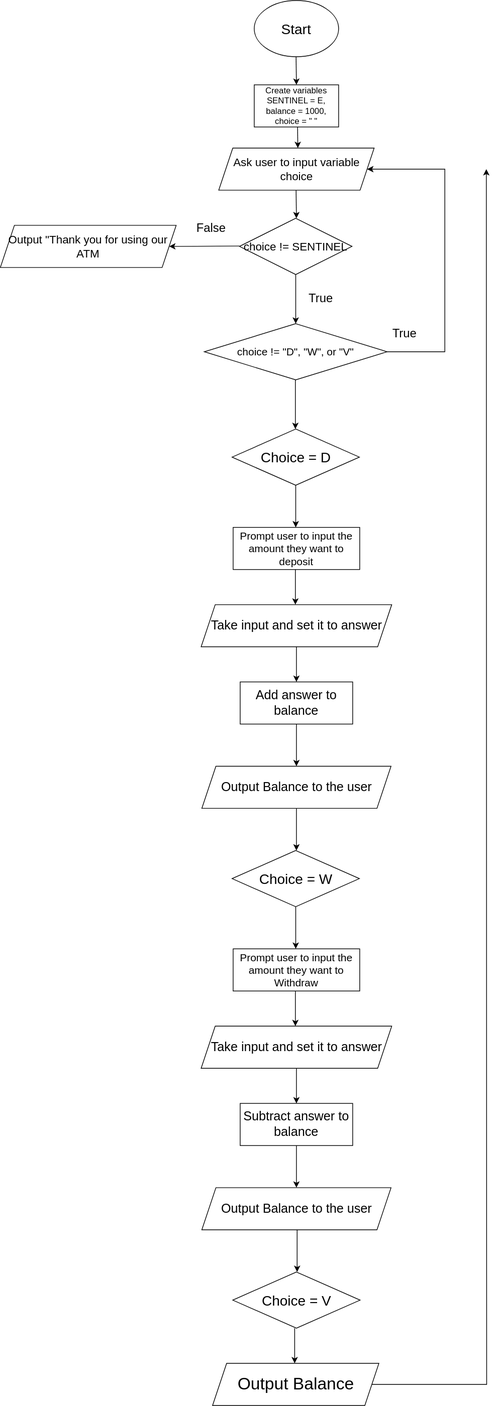
The draw.io diagram flowchart.svg in yzjedu/cs151-lab5-caitlin_korede, before a commit. Source tidied: cells renumbered, new cells last; positions are measured from the earlier drawing's top-left corner, leaving out a move shared by most shapes. Source of this version:
```xml
<mxGraphModel>
  <root>
    <mxCell id="0" />
    <mxCell id="1" parent="0" />
    <mxCell id="2" value="Start" style="ellipse;whiteSpace=wrap;html=1;fontSize=20;" parent="1" vertex="1">
      <mxGeometry x="361" width="120" height="80" as="geometry" />
    </mxCell>
    <mxCell id="3" style="endArrow=classic;html=1;rounded=0;" parent="1" edge="1">
      <mxGeometry relative="1" as="geometry">
        <mxPoint x="420.5" y="80" as="sourcePoint" />
        <mxPoint x="421" y="120" as="targetPoint" />
      </mxGeometry>
    </mxCell>
    <mxCell id="4" value="choice != SENTINEL" style="rhombus;whiteSpace=wrap;html=1;fontSize=16;" parent="1" vertex="1">
      <mxGeometry x="340" y="310" width="160" height="80" as="geometry" />
    </mxCell>
    <mxCell id="5" style="endArrow=classic;html=1;rounded=0;" parent="1" edge="1">
      <mxGeometry relative="1" as="geometry">
        <mxPoint x="340" y="349.5" as="sourcePoint" />
        <mxPoint x="240" y="350" as="targetPoint" />
      </mxGeometry>
    </mxCell>
    <mxCell id="6" style="endArrow=classic;html=1;rounded=0;exitX=0.5;exitY=1;exitDx=0;exitDy=0;" parent="1" edge="1" source="4">
      <mxGeometry relative="1" as="geometry">
        <mxPoint x="420" y="460" as="targetPoint" />
      </mxGeometry>
    </mxCell>
    <mxCell id="7" style="edgeStyle=orthogonalEdgeStyle;rounded=0;jettySize=auto;html=1;exitX=1;exitY=0.5;exitDx=0;exitDy=0;entryX=1;entryY=0.5;entryDx=0;entryDy=0;" parent="1" edge="1" source="8" target="14">
      <mxGeometry relative="1" as="geometry">
        <Array as="points">
          <mxPoint x="632" y="500" />
          <mxPoint x="632" y="240" />
        </Array>
      </mxGeometry>
    </mxCell>
    <mxCell id="8" value="choice != &quot;D&quot;, &quot;W&quot;, or &quot;V&quot;" style="rhombus;whiteSpace=wrap;html=1;fontSize=15;" parent="1" vertex="1">
      <mxGeometry x="290" y="460" width="260" height="80" as="geometry" />
    </mxCell>
    <mxCell id="9" value="True" style="text;html=1;strokeColor=none;fillColor=none;align=center;verticalAlign=middle;whiteSpace=wrap;rounded=0;fontSize=17;" parent="1" vertex="1" collapsed="1">
      <mxGeometry x="421" y="410" width="70" height="30" as="geometry" />
    </mxCell>
    <mxCell id="10" value="False" style="text;html=1;strokeColor=none;fillColor=none;align=center;verticalAlign=middle;whiteSpace=wrap;rounded=0;fontSize=17;" parent="1" vertex="1">
      <mxGeometry x="270" y="310" width="60" height="30" as="geometry" />
    </mxCell>
    <mxCell id="11" value="Output &quot;Thank you for using our ATM" style="shape=parallelogram;perimeter=parallelogramPerimeter;whiteSpace=wrap;html=1;fixedSize=1;fontSize=16;" parent="1" vertex="1">
      <mxGeometry y="320" width="250" height="60" as="geometry" />
    </mxCell>
    <mxCell id="12" value="Create variables SENTINEL = E, balance = 1000, choice = &quot; &quot;" style="rounded=0;whiteSpace=wrap;html=1;" parent="1" vertex="1">
      <mxGeometry x="361" y="120" width="120" height="60" as="geometry" />
    </mxCell>
    <mxCell id="13" style="endArrow=classic;html=1;rounded=0;" parent="1" edge="1">
      <mxGeometry relative="1" as="geometry">
        <mxPoint x="422.6" y="180" as="sourcePoint" />
        <mxPoint x="423" y="210" as="targetPoint" />
      </mxGeometry>
    </mxCell>
    <mxCell id="14" value="Ask user to input variable choice" style="shape=parallelogram;perimeter=parallelogramPerimeter;whiteSpace=wrap;html=1;fixedSize=1;fontSize=16;" parent="1" vertex="1">
      <mxGeometry x="310.5" y="210" width="221" height="60" as="geometry" />
    </mxCell>
    <mxCell id="15" style="endArrow=classic;html=1;rounded=0;" parent="1" edge="1">
      <mxGeometry relative="1" as="geometry">
        <mxPoint x="420.5" y="270" as="sourcePoint" />
        <mxPoint x="421" y="310" as="targetPoint" />
      </mxGeometry>
    </mxCell>
    <mxCell id="16" value="True" style="text;html=1;strokeColor=none;fillColor=none;align=center;verticalAlign=middle;whiteSpace=wrap;rounded=0;fontSize=17;" parent="1" vertex="1">
      <mxGeometry x="550" y="460" width="50" height="30" as="geometry" />
    </mxCell>
    <mxCell id="17" style="endArrow=classic;html=1;rounded=0;" parent="1" edge="1">
      <mxGeometry relative="1" as="geometry">
        <mxPoint x="419.5" y="540" as="sourcePoint" />
        <mxPoint x="419.5" y="610" as="targetPoint" />
      </mxGeometry>
    </mxCell>
    <mxCell id="18" value="Choice = D" style="rhombus;whiteSpace=wrap;html=1;fontSize=20;" parent="1" vertex="1">
      <mxGeometry x="329.5" y="610" width="181" height="80" as="geometry" />
    </mxCell>
    <mxCell id="19" style="endArrow=classic;html=1;rounded=0;" parent="1" edge="1">
      <mxGeometry relative="1" as="geometry">
        <mxPoint x="420" y="690" as="sourcePoint" />
        <mxPoint x="420" y="750" as="targetPoint" />
      </mxGeometry>
    </mxCell>
    <mxCell id="20" value="Prompt user to input the amount they want to deposit" style="rounded=0;whiteSpace=wrap;html=1;fontSize=15;" parent="1" vertex="1">
      <mxGeometry x="331" y="750" width="180" height="60" as="geometry" />
    </mxCell>
    <mxCell id="21" style="endArrow=classic;html=1;rounded=0;" parent="1" edge="1">
      <mxGeometry relative="1" as="geometry">
        <mxPoint x="419.5" y="810" as="sourcePoint" />
        <mxPoint x="419.5" y="860" as="targetPoint" />
      </mxGeometry>
    </mxCell>
    <mxCell id="22" value="Take input and set it to answer" style="shape=parallelogram;perimeter=parallelogramPerimeter;whiteSpace=wrap;html=1;fixedSize=1;fontSize=18;" parent="1" vertex="1">
      <mxGeometry x="285.5" y="860" width="271" height="60" as="geometry" />
    </mxCell>
    <mxCell id="23" style="endArrow=classic;html=1;rounded=0;" parent="1" edge="1">
      <mxGeometry relative="1" as="geometry">
        <mxPoint x="421" y="920" as="sourcePoint" />
        <mxPoint x="421" y="970" as="targetPoint" />
      </mxGeometry>
    </mxCell>
    <mxCell id="24" value="Choice = W" style="rhombus;whiteSpace=wrap;html=1;fontSize=20;" parent="1" vertex="1">
      <mxGeometry x="329.5" y="1210" width="181" height="80" as="geometry" />
    </mxCell>
    <mxCell id="25" style="endArrow=classic;html=1;rounded=0;" parent="1" edge="1">
      <mxGeometry relative="1" as="geometry">
        <mxPoint x="420" y="1290" as="sourcePoint" />
        <mxPoint x="420" y="1350" as="targetPoint" />
      </mxGeometry>
    </mxCell>
    <mxCell id="26" value="Prompt user to input the amount they want to Withdraw" style="rounded=0;whiteSpace=wrap;html=1;fontSize=15;" parent="1" vertex="1">
      <mxGeometry x="331" y="1350" width="180" height="60" as="geometry" />
    </mxCell>
    <mxCell id="27" style="endArrow=classic;html=1;rounded=0;" parent="1" edge="1">
      <mxGeometry relative="1" as="geometry">
        <mxPoint x="419.5" y="1410" as="sourcePoint" />
        <mxPoint x="419.5" y="1460" as="targetPoint" />
      </mxGeometry>
    </mxCell>
    <mxCell id="28" value="Take input and set it to answer" style="shape=parallelogram;perimeter=parallelogramPerimeter;whiteSpace=wrap;html=1;fixedSize=1;fontSize=18;" parent="1" vertex="1">
      <mxGeometry x="285.5" y="1460" width="271" height="60" as="geometry" />
    </mxCell>
    <mxCell id="29" value="Add answer to balance" style="rounded=0;whiteSpace=wrap;html=1;fontSize=18;" parent="1" vertex="1">
      <mxGeometry x="341" y="970" width="160" height="60" as="geometry" />
    </mxCell>
    <mxCell id="30" style="endArrow=classic;html=1;rounded=0;" parent="1" edge="1">
      <mxGeometry relative="1" as="geometry">
        <mxPoint x="421" y="1030" as="sourcePoint" />
        <mxPoint x="421" y="1090" as="targetPoint" />
      </mxGeometry>
    </mxCell>
    <mxCell id="31" value="Output Balance to the user" style="shape=parallelogram;perimeter=parallelogramPerimeter;whiteSpace=wrap;html=1;fixedSize=1;fontSize=18;" parent="1" vertex="1">
      <mxGeometry x="286.5" y="1090" width="269" height="60" as="geometry" />
    </mxCell>
    <mxCell id="32" style="endArrow=classic;html=1;rounded=0;" parent="1" edge="1">
      <mxGeometry relative="1" as="geometry">
        <mxPoint x="421" y="1150" as="sourcePoint" />
        <mxPoint x="421" y="1210" as="targetPoint" />
      </mxGeometry>
    </mxCell>
    <mxCell id="33" style="endArrow=classic;html=1;rounded=0;" parent="1" edge="1">
      <mxGeometry relative="1" as="geometry">
        <mxPoint x="421" y="1520" as="sourcePoint" />
        <mxPoint x="421" y="1570" as="targetPoint" />
      </mxGeometry>
    </mxCell>
    <mxCell id="34" value="Subtract answer to balance" style="rounded=0;whiteSpace=wrap;html=1;fontSize=18;" parent="1" vertex="1">
      <mxGeometry x="341" y="1570" width="160" height="60" as="geometry" />
    </mxCell>
    <mxCell id="35" style="endArrow=classic;html=1;rounded=0;" parent="1" edge="1">
      <mxGeometry relative="1" as="geometry">
        <mxPoint x="421" y="1630" as="sourcePoint" />
        <mxPoint x="421" y="1690" as="targetPoint" />
      </mxGeometry>
    </mxCell>
    <mxCell id="36" value="Output Balance to the user" style="shape=parallelogram;perimeter=parallelogramPerimeter;whiteSpace=wrap;html=1;fixedSize=1;fontSize=18;" parent="1" vertex="1">
      <mxGeometry x="286.5" y="1690" width="269" height="60" as="geometry" />
    </mxCell>
    <mxCell id="37" value="Choice = V" style="rhombus;whiteSpace=wrap;html=1;fontSize=20;" parent="1" vertex="1">
      <mxGeometry x="330.5" y="1810" width="181" height="80" as="geometry" />
    </mxCell>
    <mxCell id="38" style="endArrow=classic;html=1;rounded=0;" parent="1" edge="1">
      <mxGeometry relative="1" as="geometry">
        <mxPoint x="418.5" y="1890" as="sourcePoint" />
        <mxPoint x="418.5" y="1940" as="targetPoint" />
      </mxGeometry>
    </mxCell>
    <mxCell id="39" style="edgeStyle=orthogonalEdgeStyle;rounded=0;jettySize=auto;html=1;exitX=1;exitY=0.5;exitDx=0;exitDy=0;" parent="1" edge="1" source="40">
      <mxGeometry relative="1" as="geometry">
        <mxPoint x="691" y="240" as="targetPoint" />
      </mxGeometry>
    </mxCell>
    <mxCell id="40" value="Output Balance" style="shape=parallelogram;perimeter=parallelogramPerimeter;whiteSpace=wrap;html=1;fixedSize=1;fontSize=24;" parent="1" vertex="1">
      <mxGeometry x="301.8" y="1940" width="236.5" height="60" as="geometry" />
    </mxCell>
    <mxCell id="41" style="endArrow=classic;html=1;rounded=0;" parent="1" edge="1">
      <mxGeometry relative="1" as="geometry">
        <mxPoint x="422" y="1750" as="sourcePoint" />
        <mxPoint x="422" y="1810" as="targetPoint" />
      </mxGeometry>
    </mxCell>
  </root>
</mxGraphModel>
```
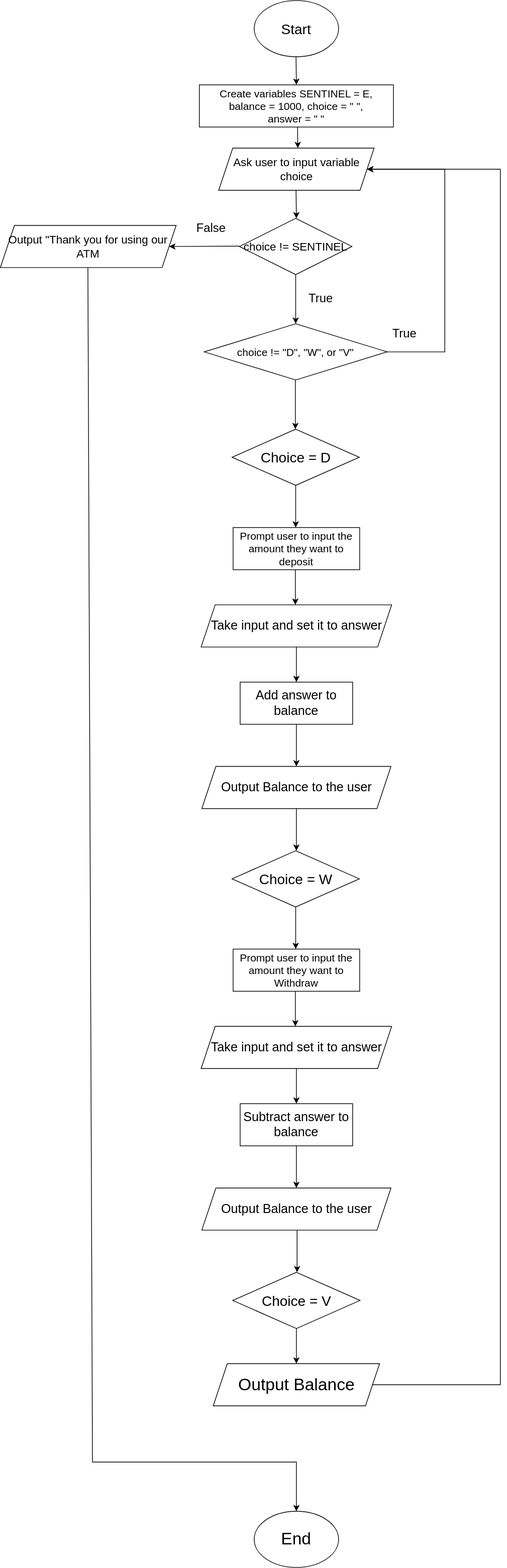
Above is the later version.

Commit message:
Finished flowchart (?)

What changed in the source:
```diff
@@ -45,8 +45,8 @@
     <mxCell id="11" value="Output &quot;Thank you for using our ATM" style="shape=parallelogram;perimeter=parallelogramPerimeter;whiteSpace=wrap;html=1;fixedSize=1;fontSize=16;" parent="1" vertex="1">
       <mxGeometry y="320" width="250" height="60" as="geometry" />
     </mxCell>
-    <mxCell id="12" value="Create variables SENTINEL = E, balance = 1000, choice = &quot; &quot;" style="rounded=0;whiteSpace=wrap;html=1;" parent="1" vertex="1">
-      <mxGeometry x="361" y="120" width="120" height="60" as="geometry" />
+    <mxCell id="12" value="Create variables SENTINEL = E, balance = 1000, choice = &quot; &quot;,&lt;br style=&quot;font-size: 15px;&quot;&gt;answer = &quot; &quot;" style="rounded=0;whiteSpace=wrap;html=1;fontSize=15;" parent="1" vertex="1">
+      <mxGeometry x="283" y="120" width="276" height="60" as="geometry" />
     </mxCell>
     <mxCell id="13" style="endArrow=classic;html=1;rounded=0;" parent="1" edge="1">
       <mxGeometry relative="1" as="geometry">
@@ -161,17 +161,20 @@
     </mxCell>
     <mxCell id="38" style="endArrow=classic;html=1;rounded=0;" parent="1" edge="1">
       <mxGeometry relative="1" as="geometry">
-        <mxPoint x="418.5" y="1890" as="sourcePoint" />
-        <mxPoint x="418.5" y="1940" as="targetPoint" />
+        <mxPoint x="421" y="1890" as="sourcePoint" />
+        <mxPoint x="421" y="1940" as="targetPoint" />
       </mxGeometry>
     </mxCell>
-    <mxCell id="39" style="edgeStyle=orthogonalEdgeStyle;rounded=0;jettySize=auto;html=1;exitX=1;exitY=0.5;exitDx=0;exitDy=0;" parent="1" edge="1" source="40">
-      <mxGeometry relative="1" as="geometry">
-        <mxPoint x="691" y="240" as="targetPoint" />
-      </mxGeometry>
-    </mxCell>
+    <mxCell id="42" style="edgeStyle=orthogonalEdgeStyle;rounded=0;jettySize=auto;html=1;exitX=1;exitY=0.5;exitDx=0;exitDy=0;entryX=1;entryY=0.5;entryDx=0;entryDy=0;" parent="1" edge="1" source="40" target="14">
+      <mxGeometry relative="1" as="geometry">
+        <Array as="points">
+          <mxPoint x="711" y="1970" />
+          <mxPoint x="711" y="240" />
+        </Array>
+      </mxGeometry>
+    </mxCell>
     <mxCell id="40" value="Output Balance" style="shape=parallelogram;perimeter=parallelogramPerimeter;whiteSpace=wrap;html=1;fixedSize=1;fontSize=24;" parent="1" vertex="1">
-      <mxGeometry x="301.8" y="1940" width="236.5" height="60" as="geometry" />
+      <mxGeometry x="302.8" y="1940" width="236.5" height="60" as="geometry" />
     </mxCell>
     <mxCell id="41" style="endArrow=classic;html=1;rounded=0;" parent="1" edge="1">
       <mxGeometry relative="1" as="geometry">
@@ -179,5 +182,17 @@
         <mxPoint x="422" y="1810" as="targetPoint" />
       </mxGeometry>
     </mxCell>
+    <mxCell id="43" style="endArrow=classic;html=1;rounded=0;entryX=0.5;entryY=0;entryDx=0;entryDy=0;" parent="1" edge="1" target="44">
+      <mxGeometry relative="1" as="geometry">
+        <mxPoint x="124.5" y="380" as="sourcePoint" />
+        <Array as="points">
+          <mxPoint x="131" y="2080" />
+          <mxPoint x="421" y="2080" />
+        </Array>
+      </mxGeometry>
+    </mxCell>
+    <mxCell id="44" value="End" style="ellipse;whiteSpace=wrap;html=1;fontSize=24;" parent="1" vertex="1">
+      <mxGeometry x="361" y="2150" width="120" height="80" as="geometry" />
+    </mxCell>
   </root>
 </mxGraphModel>
```
